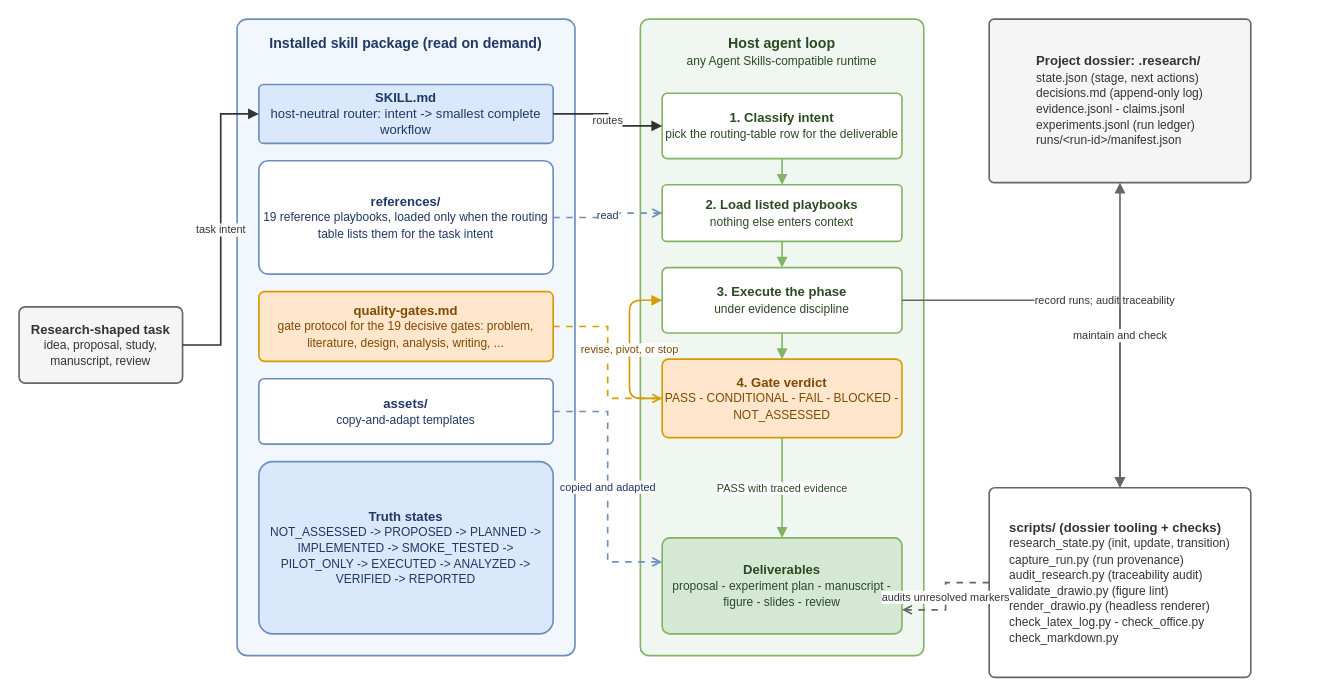
This is figures/fig-001-skill-architecture.drawio from honghuy127/cs-ai-research-skills, a draw.io file, before an edit. Source tidied: cells renumbered, new cells numbered last; positions are measured from the earlier drawing's top-left corner, leaving out a move shared by most shapes. Both pictures are drawn from the tidied source at 109%, with x=0, y=0 at pixel (19, 19).
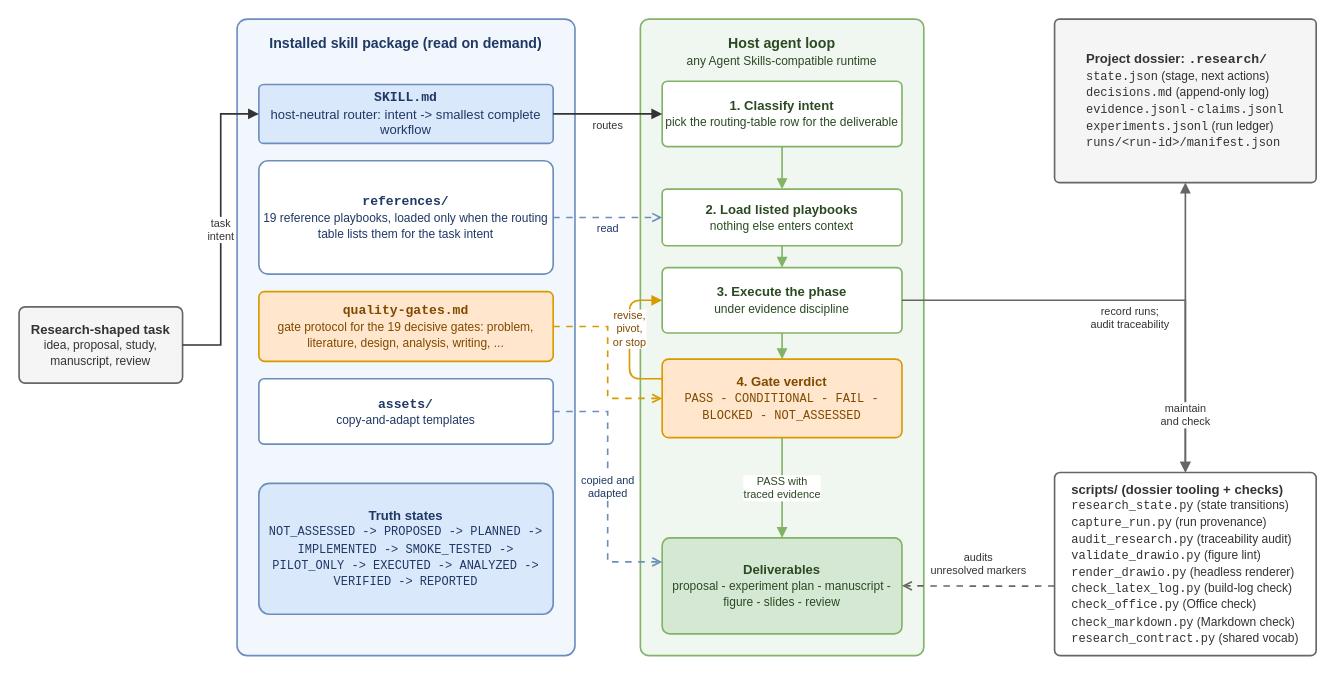
The same diagram, later.

Commit message (it also covers changes not shown here):
Refresh fig-001 skill architecture figure (#8)

The change refers to these unchanged cells:
```xml
<mxCell id="11" value="&lt;b&gt;3. Execute the phase&lt;/b&gt;&lt;br&gt;&lt;font style=&quot;font-size:11px&quot;&gt;under evidence discipline&lt;/font&gt;" style="rounded=1;whiteSpace=wrap;html=1;fillColor=#FFFFFF;strokeColor=#82B366;fontSize=12;fontColor=#2A4A22;arcSize=8;strokeWidth=1.5;align=center;verticalAlign=middle;" parent="1" vertex="1">
  <mxGeometry x="590" y="228" width="220" height="60" as="geometry" />
</mxCell>
<mxCell id="13" value="&lt;b&gt;Deliverables&lt;/b&gt;&lt;br&gt;&lt;font style=&quot;font-size:11px&quot;&gt;proposal - experiment plan - manuscript - figure - slides - review&lt;/font&gt;" style="rounded=1;whiteSpace=wrap;html=1;fillColor=#D5E8D4;strokeColor=#82B366;fontSize=12;fontColor=#2A4A22;arcSize=8;strokeWidth=1.5;align=center;verticalAlign=middle;" parent="1" vertex="1">
  <mxGeometry x="590" y="476" width="220" height="88" as="geometry" />
</mxCell>
<mxCell id="14" value="&lt;b&gt;Research-shaped task&lt;/b&gt;&lt;br&gt;&lt;font style=&quot;font-size:11px&quot;&gt;idea, proposal, study, manuscript, review&lt;/font&gt;" style="rounded=1;whiteSpace=wrap;html=1;fillColor=#F5F5F5;strokeColor=#666666;fontSize=12;fontColor=#333333;arcSize=8;strokeWidth=1.5;align=center;verticalAlign=middle;" parent="1" vertex="1">
  <mxGeometry y="264" width="150" height="70" as="geometry" />
</mxCell>
```

What changed in the source:
```diff
@@
-    <mxCell id="3" value="&lt;b&gt;SKILL.md&lt;/b&gt;&lt;br&gt;host-neutral router: intent -&gt; smallest complete workflow" style="rounded=1;whiteSpace=wrap;html=1;fillColor=#DAE8FC;strokeColor=#6C8EBF;fontSize=12;fontColor=#1F3864;arcSize=8;strokeWidth=1.5;align=center;verticalAlign=middle;" parent="1" vertex="1">
+    <mxCell id="3" value="&lt;b&gt;&lt;font face=&quot;Courier New&quot;&gt;SKILL.md&lt;/font&gt;&lt;/b&gt;&lt;br&gt;host-neutral router: intent -&gt; smallest complete workflow" style="rounded=1;whiteSpace=wrap;html=1;fillColor=#DAE8FC;strokeColor=#6C8EBF;fontSize=12;fontColor=#1F3864;arcSize=8;strokeWidth=1.5;align=center;verticalAlign=middle;" parent="1" vertex="1">
       <mxGeometry x="220" y="60" width="270" height="54" as="geometry" />
     </mxCell>
-    <mxCell id="4" value="&lt;b&gt;references/&lt;/b&gt;&lt;br&gt;&lt;font style=&quot;font-size:11px&quot;&gt;19 reference playbooks, loaded only when the routing table lists them for the task intent&lt;/font&gt;" style="rounded=1;whiteSpace=wrap;html=1;fillColor=#FFFFFF;strokeColor=#6C8EBF;fontSize=12;fontColor=#1F3864;arcSize=8;strokeWidth=1.5;align=center;verticalAlign=middle;" parent="1" vertex="1">
+    <mxCell id="4" value="&lt;b&gt;&lt;font face=&quot;Courier New&quot;&gt;references/&lt;/font&gt;&lt;/b&gt;&lt;br&gt;&lt;font style=&quot;font-size:11px&quot;&gt;19 reference playbooks, loaded only when the routing table lists them for the task intent&lt;/font&gt;" style="rounded=1;whiteSpace=wrap;html=1;fillColor=#FFFFFF;strokeColor=#6C8EBF;fontSize=12;fontColor=#1F3864;arcSize=8;strokeWidth=1.5;align=center;verticalAlign=middle;" parent="1" vertex="1">
       <mxGeometry x="220" y="130" width="270" height="104" as="geometry" />
     </mxCell>
-    <mxCell id="5" value="&lt;b&gt;quality-gates.md&lt;/b&gt;&lt;br&gt;&lt;font style=&quot;font-size:11px&quot;&gt;gate protocol for the 19 decisive gates: problem, literature, design, analysis, writing, ...&lt;/font&gt;" style="rounded=1;whiteSpace=wrap;html=1;fillColor=#FFE6CC;strokeColor=#D79B00;fontSize=12;fontColor=#7F4A00;arcSize=8;strokeWidth=1.5;align=center;verticalAlign=middle;" parent="1" vertex="1">
+    <mxCell id="5" value="&lt;b&gt;&lt;font face=&quot;Courier New&quot;&gt;quality-gates.md&lt;/font&gt;&lt;/b&gt;&lt;br&gt;&lt;font style=&quot;font-size:11px&quot;&gt;gate protocol for the 19 decisive gates: problem, literature, design, analysis, writing, ...&lt;/font&gt;" style="rounded=1;whiteSpace=wrap;html=1;fillColor=#FFE6CC;strokeColor=#D79B00;fontSize=12;fontColor=#7F4A00;arcSize=8;strokeWidth=1.5;align=center;verticalAlign=middle;" parent="1" vertex="1">
       <mxGeometry x="220" y="250" width="270" height="64" as="geometry" />
     </mxCell>
-    <mxCell id="6" value="&lt;b&gt;assets/&lt;/b&gt;&lt;br&gt;&lt;font style=&quot;font-size:11px&quot;&gt;copy-and-adapt templates&lt;/font&gt;" style="rounded=1;whiteSpace=wrap;html=1;fillColor=#FFFFFF;strokeColor=#6C8EBF;fontSize=12;fontColor=#1F3864;arcSize=8;strokeWidth=1.5;align=center;verticalAlign=middle;" parent="1" vertex="1">
+    <mxCell id="6" value="&lt;b&gt;&lt;font face=&quot;Courier New&quot;&gt;assets/&lt;/font&gt;&lt;/b&gt;&lt;br&gt;&lt;font style=&quot;font-size:11px&quot;&gt;copy-and-adapt templates&lt;/font&gt;" style="rounded=1;whiteSpace=wrap;html=1;fillColor=#FFFFFF;strokeColor=#6C8EBF;fontSize=12;fontColor=#1F3864;arcSize=8;strokeWidth=1.5;align=center;verticalAlign=middle;" parent="1" vertex="1">
       <mxGeometry x="220" y="330" width="270" height="60" as="geometry" />
     </mxCell>
-    <mxCell id="7" value="&lt;b&gt;Truth states&lt;/b&gt;&lt;br&gt;&lt;font style=&quot;font-size:11px&quot;&gt;NOT_ASSESSED -&gt; PROPOSED -&gt; PLANNED -&gt; IMPLEMENTED -&gt; SMOKE_TESTED -&gt; PILOT_ONLY -&gt; EXECUTED -&gt; ANALYZED -&gt; VERIFIED -&gt; REPORTED&lt;/font&gt;" style="rounded=1;whiteSpace=wrap;html=1;fillColor=#DAE8FC;strokeColor=#6C8EBF;fontSize=12;fontColor=#1F3864;arcSize=8;strokeWidth=1.5;align=center;verticalAlign=middle;" parent="1" vertex="1">
-      <mxGeometry x="220" y="406" width="270" height="158" as="geometry" />
+    <mxCell id="7" value="&lt;b&gt;Truth states&lt;/b&gt;&lt;br&gt;&lt;font face=&quot;Courier New&quot; style=&quot;font-size:11px&quot;&gt;NOT_ASSESSED -&gt; PROPOSED -&gt; PLANNED -&gt; IMPLEMENTED -&gt; SMOKE_TESTED -&gt; PILOT_ONLY -&gt; EXECUTED -&gt; ANALYZED -&gt; VERIFIED -&gt; REPORTED&lt;/font&gt;" style="rounded=1;whiteSpace=wrap;html=1;fillColor=#DAE8FC;strokeColor=#6C8EBF;fontSize=12;fontColor=#1F3864;arcSize=8;strokeWidth=1.5;align=center;verticalAlign=middle;" parent="1" vertex="1">
+      <mxGeometry x="220" y="426" width="270" height="120" as="geometry" />
     </mxCell>
@@
     <mxCell id="9" value="&lt;b&gt;1. Classify intent&lt;/b&gt;&lt;br&gt;&lt;font style=&quot;font-size:11px&quot;&gt;pick the routing-table row for the deliverable&lt;/font&gt;" style="rounded=1;whiteSpace=wrap;html=1;fillColor=#FFFFFF;strokeColor=#82B366;fontSize=12;fontColor=#2A4A22;arcSize=8;strokeWidth=1.5;align=center;verticalAlign=middle;" parent="1" vertex="1">
-      <mxGeometry x="590" y="68" width="220" height="60" as="geometry" />
+      <mxGeometry x="590" y="57" width="220" height="60" as="geometry" />
     </mxCell>
     <mxCell id="10" value="&lt;b&gt;2. Load listed playbooks&lt;/b&gt;&lt;br&gt;&lt;font style=&quot;font-size:11px&quot;&gt;nothing else enters context&lt;/font&gt;" style="rounded=1;whiteSpace=wrap;html=1;fillColor=#FFFFFF;strokeColor=#82B366;fontSize=12;fontColor=#2A4A22;arcSize=8;strokeWidth=1.5;align=center;verticalAlign=middle;" parent="1" vertex="1">
-      <mxGeometry x="590" y="152" width="220" height="52" as="geometry" />
+      <mxGeometry x="590" y="156" width="220" height="52" as="geometry" />
     </mxCell>
@@
-    <mxCell id="12" value="&lt;b&gt;4. Gate verdict&lt;/b&gt;&lt;br&gt;&lt;font style=&quot;font-size:11px&quot;&gt;PASS - CONDITIONAL - FAIL - BLOCKED - NOT_ASSESSED&lt;/font&gt;" style="rounded=1;whiteSpace=wrap;html=1;fillColor=#FFE6CC;strokeColor=#D79B00;fontSize=12;fontColor=#7F4A00;arcSize=8;strokeWidth=1.5;align=center;verticalAlign=middle;" parent="1" vertex="1">
+    <mxCell id="12" value="&lt;b&gt;4. Gate verdict&lt;/b&gt;&lt;br&gt;&lt;font face=&quot;Courier New&quot; style=&quot;font-size:11px&quot;&gt;PASS - CONDITIONAL - FAIL - BLOCKED - NOT_ASSESSED&lt;/font&gt;" style="rounded=1;whiteSpace=wrap;html=1;fillColor=#FFE6CC;strokeColor=#D79B00;fontSize=12;fontColor=#7F4A00;arcSize=8;strokeWidth=1.5;align=center;verticalAlign=middle;" parent="1" vertex="1">
       <mxGeometry x="590" y="312" width="220" height="72" as="geometry" />
     </mxCell>
@@
-    <mxCell id="15" value="&lt;div align=&quot;left&quot;&gt;&lt;b&gt;Project dossier: .research/&lt;/b&gt;&lt;br&gt;&lt;font style=&quot;font-size:11px&quot;&gt;state.json (stage, next actions)&lt;/font&gt;&lt;br&gt;&lt;font style=&quot;font-size:11px&quot;&gt;decisions.md (append-only log)&lt;/font&gt;&lt;br&gt;&lt;font style=&quot;font-size:11px&quot;&gt;evidence.jsonl - claims.jsonl&lt;/font&gt;&lt;br&gt;&lt;font style=&quot;font-size:11px&quot;&gt;experiments.jsonl (run ledger)&lt;/font&gt;&lt;br&gt;&lt;font style=&quot;font-size:11px&quot;&gt;runs/&amp;lt;run-id&amp;gt;/manifest.json&lt;/font&gt;&lt;/div&gt;" style="rounded=1;whiteSpace=wrap;html=1;fillColor=#F5F5F5;strokeColor=#666666;fontSize=12;fontColor=#333333;arcSize=3;strokeWidth=1.5;align=center;verticalAlign=middle;spacing=6;" parent="1" vertex="1">
-      <mxGeometry x="890" width="240" height="150" as="geometry" />
+    <mxCell id="15" value="&lt;div align=&quot;left&quot;&gt;&lt;b&gt;Project dossier: &lt;font face=&quot;Courier New&quot;&gt;.research/&lt;/font&gt;&lt;/b&gt;&lt;br&gt;&lt;font style=&quot;font-size:11px&quot;&gt;&lt;font face=&quot;Courier New&quot;&gt;state.json&lt;/font&gt; (stage, next actions)&lt;/font&gt;&lt;br&gt;&lt;font style=&quot;font-size:11px&quot;&gt;&lt;font face=&quot;Courier New&quot;&gt;decisions.md&lt;/font&gt; (append-only log)&lt;/font&gt;&lt;br&gt;&lt;font style=&quot;font-size:11px&quot;&gt;&lt;font face=&quot;Courier New&quot;&gt;evidence.jsonl&lt;/font&gt; - &lt;font face=&quot;Courier New&quot;&gt;claims.jsonl&lt;/font&gt;&lt;/font&gt;&lt;br&gt;&lt;font style=&quot;font-size:11px&quot;&gt;&lt;font face=&quot;Courier New&quot;&gt;experiments.jsonl&lt;/font&gt; (run ledger)&lt;/font&gt;&lt;br&gt;&lt;font style=&quot;font-size:11px&quot;&gt;&lt;font face=&quot;Courier New&quot;&gt;runs/&amp;lt;run-id&amp;gt;/manifest.json&lt;/font&gt;&lt;/font&gt;&lt;/div&gt;" style="rounded=1;whiteSpace=wrap;html=1;fillColor=#F5F5F5;strokeColor=#666666;fontSize=12;fontColor=#333333;arcSize=3;strokeWidth=1.5;align=center;verticalAlign=middle;spacing=6;" parent="1" vertex="1">
+      <mxGeometry x="950" width="240" height="150" as="geometry" />
     </mxCell>
-    <mxCell id="16" value="&lt;div align=&quot;left&quot;&gt;&lt;b&gt;scripts/ (dossier tooling + checks)&lt;/b&gt;&lt;br&gt;&lt;font style=&quot;font-size:11px&quot;&gt;research_state.py (init, update, transition)&lt;/font&gt;&lt;br&gt;&lt;font style=&quot;font-size:11px&quot;&gt;capture_run.py (run provenance)&lt;/font&gt;&lt;br&gt;&lt;font style=&quot;font-size:11px&quot;&gt;audit_research.py (traceability audit)&lt;/font&gt;&lt;br&gt;&lt;font style=&quot;font-size:11px&quot;&gt;validate_drawio.py (figure lint)&lt;/font&gt;&lt;br&gt;&lt;font style=&quot;font-size:11px&quot;&gt;render_drawio.py (headless renderer)&lt;/font&gt;&lt;br&gt;&lt;font style=&quot;font-size:11px&quot;&gt;check_latex_log.py - check_office.py&lt;/font&gt;&lt;br&gt;&lt;font style=&quot;font-size:11px&quot;&gt;check_markdown.py&lt;/font&gt;&lt;/div&gt;" style="rounded=1;whiteSpace=wrap;html=1;fillColor=#FFFFFF;strokeColor=#666666;fontSize=12;fontColor=#333333;arcSize=3;strokeWidth=1.5;align=center;verticalAlign=middle;spacing=6;" parent="1" vertex="1">
-      <mxGeometry x="890" y="430" width="240" height="174" as="geometry" />
+    <mxCell id="16" value="&lt;div align=&quot;left&quot;&gt;&lt;b&gt;scripts/ (dossier tooling + checks)&lt;/b&gt;&lt;br&gt;&lt;font style=&quot;font-size:11px&quot;&gt;&lt;font face=&quot;Courier New&quot;&gt;research_state.py&lt;/font&gt; (state transitions)&lt;/font&gt;&lt;br&gt;&lt;font style=&quot;font-size:11px&quot;&gt;&lt;font face=&quot;Courier New&quot;&gt;capture_run.py&lt;/font&gt; (run provenance)&lt;/font&gt;&lt;br&gt;&lt;font style=&quot;font-size:11px&quot;&gt;&lt;font face=&quot;Courier New&quot;&gt;audit_research.py&lt;/font&gt; (traceability audit)&lt;/font&gt;&lt;br&gt;&lt;font style=&quot;font-size:11px&quot;&gt;&lt;font face=&quot;Courier New&quot;&gt;validate_drawio.py&lt;/font&gt; (figure lint)&lt;/font&gt;&lt;br&gt;&lt;font style=&quot;font-size:11px&quot;&gt;&lt;font face=&quot;Courier New&quot;&gt;render_drawio.py&lt;/font&gt; (headless renderer)&lt;/font&gt;&lt;br&gt;&lt;font style=&quot;font-size:11px&quot;&gt;&lt;font face=&quot;Courier New&quot;&gt;check_latex_log.py&lt;/font&gt; (build-log check)&lt;/font&gt;&lt;br&gt;&lt;font style=&quot;font-size:11px&quot;&gt;&lt;font face=&quot;Courier New&quot;&gt;check_office.py&lt;/font&gt; (Office check)&lt;/font&gt;&lt;br&gt;&lt;font style=&quot;font-size:11px&quot;&gt;&lt;font face=&quot;Courier New&quot;&gt;check_markdown.py&lt;/font&gt; (Markdown check)&lt;/font&gt;&lt;br&gt;&lt;font style=&quot;font-size:11px&quot;&gt;&lt;font face=&quot;Courier New&quot;&gt;research_contract.py&lt;/font&gt; (shared vocab)&lt;/font&gt;&lt;/div&gt;" style="rounded=1;whiteSpace=wrap;html=1;fillColor=#FFFFFF;strokeColor=#666666;fontSize=12;fontColor=#333333;arcSize=3;strokeWidth=1.5;align=center;verticalAlign=middle;spacing=6;" parent="1" vertex="1">
+      <mxGeometry x="950" y="416" width="240" height="168" as="geometry" />
     </mxCell>
-    <mxCell id="17" value="task intent" style="edgeStyle=orthogonalEdgeStyle;rounded=0;jettySize=auto;html=1;strokeWidth=1.5;strokeColor=#333333;endArrow=block;endFill=1;fontSize=10;fontColor=#333333;labelBackgroundColor=#FFFFFF;exitX=1;exitY=0.5;exitDx=0;exitDy=0;entryX=0;entryY=0.5;entryDx=0;entryDy=0;" parent="1" edge="1" source="14" target="3">
+    <mxCell id="17" value="task&lt;br&gt;intent" style="edgeStyle=orthogonalEdgeStyle;rounded=0;jettySize=auto;html=1;strokeWidth=1.5;strokeColor=#333333;endArrow=block;endFill=1;fontSize=10;fontColor=#333333;labelBackgroundColor=#FFFFFF;exitX=1;exitY=0.5;exitDx=0;exitDy=0;entryX=0;entryY=0.5;entryDx=0;entryDy=0;" parent="1" edge="1" source="14" target="3">
       <mxGeometry relative="1" as="geometry" />
     </mxCell>
-    <mxCell id="18" value="routes" style="edgeStyle=orthogonalEdgeStyle;rounded=0;jettySize=auto;html=1;strokeWidth=1.5;strokeColor=#333333;endArrow=block;endFill=1;fontSize=10;fontColor=#333333;labelBackgroundColor=#FFFFFF;exitX=1;exitY=0.5;exitDx=0;exitDy=0;entryX=0;entryY=0.5;entryDx=0;entryDy=0;" parent="1" edge="1" source="3" target="9">
-      <mxGeometry relative="1" as="geometry" />
+    <mxCell id="18" value="routes" style="edgeStyle=orthogonalEdgeStyle;rounded=0;jettySize=auto;html=1;strokeWidth=1.5;strokeColor=#333333;endArrow=block;endFill=1;fontSize=10;fontColor=#333333;labelBackgroundColor=none;exitX=1;exitY=0.5;exitDx=0;exitDy=0;entryX=0;entryY=0.5;entryDx=0;entryDy=0;" parent="1" edge="1" source="3" target="9">
+      <mxGeometry y="-10" relative="1" as="geometry" />
     </mxCell>
-    <mxCell id="19" value="read" style="edgeStyle=orthogonalEdgeStyle;rounded=0;jettySize=auto;html=1;strokeWidth=1.5;strokeColor=#6C8EBF;dashed=1;dashPattern=4 4;endArrow=open;endFill=0;fontSize=10;fontColor=#1F3864;labelBackgroundColor=#FFFFFF;exitX=1;exitY=0.5;exitDx=0;exitDy=0;entryX=0;entryY=0.5;entryDx=0;entryDy=0;" parent="1" edge="1" source="4" target="10">
-      <mxGeometry relative="1" as="geometry" />
+    <mxCell id="19" value="read" style="edgeStyle=orthogonalEdgeStyle;rounded=0;jettySize=auto;html=1;strokeWidth=1.5;strokeColor=#6C8EBF;dashed=1;dashPattern=4 4;endArrow=open;endFill=0;fontSize=10;fontColor=#1F3864;labelBackgroundColor=none;exitX=1;exitY=0.5;exitDx=0;exitDy=0;entryX=0;entryY=0.5;entryDx=0;entryDy=0;" parent="1" edge="1" source="4" target="10">
+      <mxGeometry y="-10" relative="1" as="geometry" />
     </mxCell>
@@
-    <mxCell id="21" value="copied and adapted" style="edgeStyle=orthogonalEdgeStyle;rounded=0;jettySize=auto;html=1;strokeWidth=1.5;strokeColor=#6C8EBF;dashed=1;dashPattern=4 4;endArrow=open;endFill=0;fontSize=10;fontColor=#1F3864;labelBackgroundColor=#FFFFFF;exitX=1;exitY=0.5;exitDx=0;exitDy=0;entryX=0;entryY=0.25;entryDx=0;entryDy=0;" parent="1" edge="1" source="6" target="13">
+    <mxCell id="21" value="copied and&lt;br&gt;adapted" style="edgeStyle=orthogonalEdgeStyle;rounded=0;jettySize=auto;html=1;strokeWidth=1.5;strokeColor=#6C8EBF;dashed=1;dashPattern=4 4;endArrow=open;endFill=0;fontSize=10;fontColor=#1F3864;labelBackgroundColor=#FFFFFF;exitX=1;exitY=0.5;exitDx=0;exitDy=0;entryX=0;entryY=0.25;entryDx=0;entryDy=0;" parent="1" edge="1" source="6" target="13">
       <mxGeometry relative="1" as="geometry" />
     </mxCell>
@@
-    <mxCell id="25" value="revise, pivot, or stop" style="edgeStyle=orthogonalEdgeStyle;rounded=1;jettySize=auto;html=1;strokeWidth=1.5;strokeColor=#D79B00;endArrow=block;endFill=1;fontSize=10;fontColor=#7F4A00;labelBackgroundColor=#FFFFFF;exitX=0;exitY=0.5;exitDx=0;exitDy=0;entryX=0;entryY=0.5;entryDx=0;entryDy=0;" parent="1" edge="1" source="12" target="11">
-      <mxGeometry relative="1" as="geometry">
+    <mxCell id="25" value="revise,&lt;br&gt;pivot,&lt;br&gt;or stop" style="edgeStyle=orthogonalEdgeStyle;rounded=1;jettySize=auto;html=1;strokeWidth=1.5;strokeColor=#D79B00;endArrow=block;endFill=1;fontSize=10;fontColor=#7F4A00;labelBackgroundColor=#FFFFFF;exitX=0;exitY=0.25;exitDx=0;exitDy=0;entryX=0;entryY=0.5;entryDx=0;entryDy=0;" parent="1" edge="1" source="12" target="11">
+      <mxGeometry x="0.15" relative="1" as="geometry">
         <Array as="points">
-          <mxPoint x="560" y="348" />
+          <mxPoint x="560" y="330" />
           <mxPoint x="560" y="258" />
         </Array>
       </mxGeometry>
     </mxCell>
-    <mxCell id="26" value="PASS with traced evidence" style="edgeStyle=orthogonalEdgeStyle;rounded=0;jettySize=auto;html=1;strokeWidth=1.5;strokeColor=#82B366;endArrow=block;endFill=1;fontSize=10;fontColor=#2A4A22;labelBackgroundColor=#FFFFFF;exitX=0.5;exitY=1;exitDx=0;exitDy=0;entryX=0.5;entryY=0;entryDx=0;entryDy=0;" parent="1" edge="1" source="12" target="13">
+    <mxCell id="26" value="PASS with&lt;br&gt;traced evidence" style="edgeStyle=orthogonalEdgeStyle;rounded=0;jettySize=auto;html=1;strokeWidth=1.5;strokeColor=#82B366;endArrow=block;endFill=1;fontSize=10;fontColor=#2A4A22;labelBackgroundColor=#FFFFFF;exitX=0.5;exitY=1;exitDx=0;exitDy=0;entryX=0.5;entryY=0;entryDx=0;entryDy=0;" parent="1" edge="1" source="12" target="13">
       <mxGeometry relative="1" as="geometry" />
     </mxCell>
-    <mxCell id="27" value="record runs; audit traceability" style="edgeStyle=orthogonalEdgeStyle;rounded=0;jettySize=auto;html=1;strokeWidth=1.5;strokeColor=#666666;endArrow=block;endFill=1;fontSize=10;fontColor=#333333;labelBackgroundColor=#FFFFFF;exitX=1;exitY=0.5;exitDx=0;exitDy=0;entryX=0.5;entryY=0;entryDx=0;entryDy=0;" parent="1" edge="1" source="11" target="16">
-      <mxGeometry relative="1" as="geometry" />
+    <mxCell id="27" value="record runs;&lt;br&gt;audit traceability" style="edgeStyle=orthogonalEdgeStyle;rounded=0;jettySize=auto;html=1;strokeWidth=1.5;strokeColor=#666666;endArrow=block;endFill=1;fontSize=10;fontColor=#333333;labelBackgroundColor=none;exitX=1;exitY=0.5;exitDx=0;exitDy=0;entryX=0.5;entryY=0;entryDx=0;entryDy=0;" parent="1" edge="1" source="11" target="16">
+      <mxGeometry y="-16" relative="1" as="geometry" />
     </mxCell>
-    <mxCell id="28" value="maintain and check" style="edgeStyle=orthogonalEdgeStyle;rounded=0;jettySize=auto;html=1;strokeWidth=1.5;strokeColor=#666666;endArrow=block;endFill=1;startArrow=block;startFill=1;fontSize=10;fontColor=#333333;labelBackgroundColor=#FFFFFF;exitX=0.5;exitY=0;exitDx=0;exitDy=0;entryX=0.5;entryY=1;entryDx=0;entryDy=0;" parent="1" edge="1" source="16" target="15">
-      <mxGeometry relative="1" as="geometry" />
+    <mxCell id="28" value="maintain&lt;br&gt;and check" style="edgeStyle=orthogonalEdgeStyle;rounded=0;jettySize=auto;html=1;strokeWidth=1.5;strokeColor=#666666;endArrow=block;endFill=1;startArrow=block;startFill=1;fontSize=10;fontColor=#333333;labelBackgroundColor=#FFFFFF;exitX=0.5;exitY=0;exitDx=0;exitDy=0;entryX=0.5;entryY=1;entryDx=0;entryDy=0;" parent="1" edge="1" source="16" target="15">
+      <mxGeometry x="-0.6" relative="1" as="geometry" />
     </mxCell>
-    <mxCell id="29" value="audits unresolved markers" style="edgeStyle=orthogonalEdgeStyle;rounded=0;jettySize=auto;html=1;strokeWidth=1.5;strokeColor=#666666;dashed=1;dashPattern=4 4;endArrow=open;endFill=0;fontSize=10;fontColor=#333333;labelBackgroundColor=#FFFFFF;exitX=0;exitY=0.5;exitDx=0;exitDy=0;entryX=1;entryY=0.75;entryDx=0;entryDy=0;" parent="1" edge="1" source="16" target="13">
-      <mxGeometry relative="1" as="geometry" />
+    <mxCell id="29" value="audits&lt;br&gt;unresolved markers" style="edgeStyle=orthogonalEdgeStyle;rounded=0;jettySize=auto;html=1;strokeWidth=1.5;strokeColor=#666666;dashed=1;dashPattern=4 4;endArrow=open;endFill=0;fontSize=10;fontColor=#333333;labelBackgroundColor=none;exitX=0;exitY=0.62;exitDx=0;exitDy=0;entryX=1;entryY=0.5;entryDx=0;entryDy=0;" parent="1" edge="1" source="16" target="13">
+      <mxGeometry y="-20" relative="1" as="geometry" />
     </mxCell>
```
